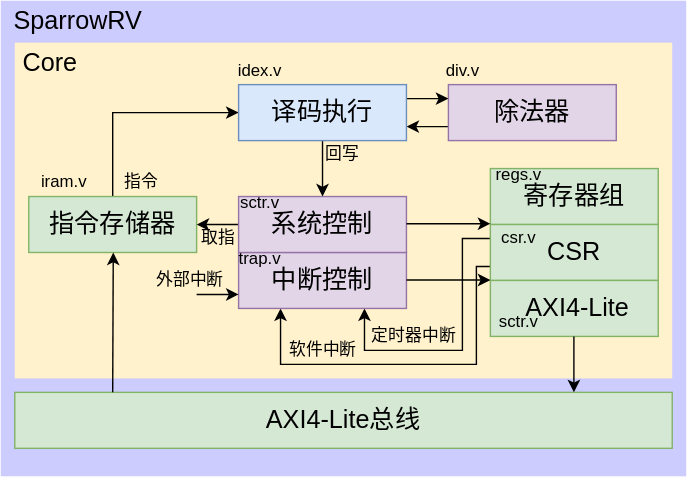
The draw.io diagram pic/img/soc架构.svg in xiaowuzxc/SparrowRV, before a commit. Source tidied: cells renumbered, new cells last; positions are measured from the earlier drawing's top-left corner, leaving out a move shared by most shapes. Its diagram source:
```xml
<mxGraphModel>
  <root>
    <mxCell id="0" />
    <mxCell id="1" parent="0" />
    <mxCell id="2" style="rounded=0;whiteSpace=wrap;html=1;fontSize=12;fillColor=#CCCCFF;strokeColor=none;" parent="1" vertex="1">
      <mxGeometry width="490" height="340" as="geometry" />
    </mxCell>
    <mxCell id="3" style="rounded=0;whiteSpace=wrap;html=1;fontSize=18;fillColor=#FFF2CC;strokeColor=none;" parent="1" vertex="1">
      <mxGeometry x="10" y="30" width="470" height="240" as="geometry" />
    </mxCell>
    <mxCell id="4" value="SparrowRV" style="text;html=1;align=center;verticalAlign=middle;strokeColor=none;fillColor=none;fontSize=18;" parent="1" vertex="1">
      <mxGeometry width="110" height="30" as="geometry" />
    </mxCell>
    <mxCell id="5" value="寄存器组" style="whiteSpace=wrap;html=1;fontSize=18;fillColor=#d5e8d4;strokeColor=#82b366;" parent="1" vertex="1">
      <mxGeometry x="350" y="120" width="120" height="40" as="geometry" />
    </mxCell>
    <mxCell id="6" style="edgeStyle=orthogonalEdgeStyle;rounded=0;jettySize=auto;html=1;entryX=0.75;entryY=1;entryDx=0;entryDy=0;fontSize=18;exitX=0;exitY=0.25;exitDx=0;exitDy=0;" parent="1" edge="1" source="8" target="11">
      <mxGeometry relative="1" as="geometry">
        <Array as="points">
          <mxPoint x="330" y="170" />
          <mxPoint x="330" y="250" />
          <mxPoint x="260" y="250" />
        </Array>
      </mxGeometry>
    </mxCell>
    <mxCell id="7" style="edgeStyle=orthogonalEdgeStyle;rounded=0;jettySize=auto;html=1;exitX=0;exitY=0.75;exitDx=0;exitDy=0;entryX=0.25;entryY=1;entryDx=0;entryDy=0;fontSize=18;" parent="1" edge="1" source="8" target="11">
      <mxGeometry relative="1" as="geometry">
        <Array as="points">
          <mxPoint x="340" y="190" />
          <mxPoint x="340" y="260" />
          <mxPoint x="200" y="260" />
        </Array>
      </mxGeometry>
    </mxCell>
    <mxCell id="8" value="CSR" style="whiteSpace=wrap;html=1;fontSize=18;fillColor=#d5e8d4;strokeColor=#82b366;" parent="1" vertex="1">
      <mxGeometry x="350" y="160" width="120" height="40" as="geometry" />
    </mxCell>
    <mxCell id="9" style="edgeStyle=orthogonalEdgeStyle;rounded=0;jettySize=auto;html=1;exitX=0.5;exitY=0;exitDx=0;exitDy=0;entryX=0;entryY=0.5;entryDx=0;entryDy=0;fontSize=18;" parent="1" edge="1" source="10" target="18">
      <mxGeometry relative="1" as="geometry" />
    </mxCell>
    <mxCell id="10" value="指令存储器" style="whiteSpace=wrap;html=1;fontSize=18;fillColor=#d5e8d4;strokeColor=#82b366;" parent="1" vertex="1">
      <mxGeometry x="20" y="140" width="120" height="40" as="geometry" />
    </mxCell>
    <mxCell id="11" value="中断控制" style="whiteSpace=wrap;html=1;fontSize=18;fillColor=#e1d5e7;strokeColor=#9673a6;" parent="1" vertex="1">
      <mxGeometry x="170" y="180" width="120" height="40" as="geometry" />
    </mxCell>
    <mxCell id="12" style="edgeStyle=orthogonalEdgeStyle;rounded=0;jettySize=auto;html=1;exitX=0;exitY=0.5;exitDx=0;exitDy=0;entryX=1;entryY=0.5;entryDx=0;entryDy=0;fontSize=18;" parent="1" edge="1" source="13" target="10">
      <mxGeometry relative="1" as="geometry" />
    </mxCell>
    <mxCell id="13" value="系统控制" style="whiteSpace=wrap;html=1;fontSize=18;fillColor=#e1d5e7;strokeColor=#9673a6;" parent="1" vertex="1">
      <mxGeometry x="170" y="140" width="120" height="40" as="geometry" />
    </mxCell>
    <mxCell id="14" style="edgeStyle=orthogonalEdgeStyle;rounded=0;jettySize=auto;html=1;exitX=0;exitY=0.75;exitDx=0;exitDy=0;entryX=1;entryY=0.75;entryDx=0;entryDy=0;fontSize=18;" parent="1" edge="1" source="15" target="18">
      <mxGeometry relative="1" as="geometry" />
    </mxCell>
    <mxCell id="15" value="除法器" style="whiteSpace=wrap;html=1;fontSize=18;fillColor=#e1d5e7;strokeColor=#9673a6;" parent="1" vertex="1">
      <mxGeometry x="320" y="60" width="120" height="40" as="geometry" />
    </mxCell>
    <mxCell id="16" style="edgeStyle=orthogonalEdgeStyle;rounded=0;jettySize=auto;html=1;exitX=1;exitY=0.25;exitDx=0;exitDy=0;entryX=0;entryY=0.25;entryDx=0;entryDy=0;fontSize=18;" parent="1" edge="1" source="18" target="15">
      <mxGeometry relative="1" as="geometry" />
    </mxCell>
    <mxCell id="17" style="edgeStyle=orthogonalEdgeStyle;rounded=0;jettySize=auto;html=1;exitX=0.5;exitY=1;exitDx=0;exitDy=0;entryX=0.5;entryY=0;entryDx=0;entryDy=0;fontSize=18;" parent="1" edge="1" source="18" target="13">
      <mxGeometry relative="1" as="geometry" />
    </mxCell>
    <mxCell id="18" value="译码执行" style="whiteSpace=wrap;html=1;fontSize=18;fillColor=#dae8fc;strokeColor=#6c8ebf;" parent="1" vertex="1">
      <mxGeometry x="170" y="60" width="120" height="40" as="geometry" />
    </mxCell>
    <mxCell id="19" value="&amp;nbsp;AXI4-Lite" style="whiteSpace=wrap;html=1;fontSize=18;fillColor=#d5e8d4;strokeColor=#82b366;" parent="1" vertex="1">
      <mxGeometry x="350" y="200" width="120" height="40" as="geometry" />
    </mxCell>
    <mxCell id="20" style="edgeStyle=orthogonalEdgeStyle;rounded=0;orthogonalLoop=1;jettySize=auto;html=1;fontSize=18;" parent="1" edge="1">
      <mxGeometry relative="1" as="geometry">
        <mxPoint x="290" y="159.4" as="sourcePoint" />
        <mxPoint x="350" y="159.4" as="targetPoint" />
      </mxGeometry>
    </mxCell>
    <mxCell id="21" value="Core" style="text;html=1;align=center;verticalAlign=middle;strokeColor=none;fillColor=none;fontSize=18;" parent="1" vertex="1">
      <mxGeometry x="10" y="30" width="50" height="30" as="geometry" />
    </mxCell>
    <mxCell id="22" value="AXI4-Lite总线" style="whiteSpace=wrap;html=1;fontSize=18;fillColor=#d5e8d4;strokeColor=#82b366;" parent="1" vertex="1">
      <mxGeometry x="10" y="280" width="470" height="40" as="geometry" />
    </mxCell>
    <mxCell id="23" style="endArrow=classic;html=1;rounded=0;fontSize=18;" parent="1" edge="1">
      <mxGeometry relative="1" as="geometry">
        <mxPoint x="80" y="280" as="sourcePoint" />
        <mxPoint x="80.4" y="180" as="targetPoint" />
      </mxGeometry>
    </mxCell>
    <mxCell id="24" style="endArrow=classic;html=1;rounded=0;fontSize=18;" parent="1" edge="1">
      <mxGeometry relative="1" as="geometry">
        <mxPoint x="140" y="210" as="sourcePoint" />
        <mxPoint x="170" y="210" as="targetPoint" />
      </mxGeometry>
    </mxCell>
    <mxCell id="25" value="外部中断" style="text;html=1;align=center;verticalAlign=middle;strokeColor=none;fillColor=none;fontSize=12;" parent="1" vertex="1">
      <mxGeometry x="105" y="190" width="60" height="20" as="geometry" />
    </mxCell>
    <mxCell id="26" value="定时器中断" style="text;html=1;align=center;verticalAlign=middle;strokeColor=none;fillColor=none;fontSize=12;" parent="1" vertex="1">
      <mxGeometry x="255" y="230" width="80" height="20" as="geometry" />
    </mxCell>
    <mxCell id="27" value="软件中断" style="text;html=1;align=center;verticalAlign=middle;strokeColor=none;fillColor=none;fontSize=12;" parent="1" vertex="1">
      <mxGeometry x="200" y="240" width="60" height="20" as="geometry" />
    </mxCell>
    <mxCell id="28" value="回写" style="text;html=1;align=center;verticalAlign=middle;strokeColor=none;fillColor=none;fontSize=12;" parent="1" vertex="1">
      <mxGeometry x="224" y="100" width="40" height="20" as="geometry" />
    </mxCell>
    <mxCell id="29" value="取指" style="text;html=1;align=center;verticalAlign=middle;strokeColor=none;fillColor=none;fontSize=12;" parent="1" vertex="1">
      <mxGeometry x="135" y="160" width="40" height="20" as="geometry" />
    </mxCell>
    <mxCell id="30" value="指令" style="text;html=1;align=center;verticalAlign=middle;strokeColor=none;fillColor=none;fontSize=12;" parent="1" vertex="1">
      <mxGeometry x="80" y="120" width="40" height="20" as="geometry" />
    </mxCell>
    <mxCell id="31" value="idex.v" style="text;html=1;align=center;verticalAlign=middle;strokeColor=none;fillColor=none;fontSize=12;" parent="1" vertex="1">
      <mxGeometry x="160" y="40" width="50" height="20" as="geometry" />
    </mxCell>
    <mxCell id="32" value="iram.v" style="text;html=1;align=center;verticalAlign=middle;strokeColor=none;fillColor=none;fontSize=12;" parent="1" vertex="1">
      <mxGeometry x="20" y="120" width="50" height="20" as="geometry" />
    </mxCell>
    <mxCell id="33" value="regs.v" style="text;html=1;align=center;verticalAlign=middle;strokeColor=none;fillColor=none;fontSize=12;" parent="1" vertex="1">
      <mxGeometry x="345" y="115" width="50" height="20" as="geometry" />
    </mxCell>
    <mxCell id="34" value="csr.v" style="text;html=1;align=center;verticalAlign=middle;strokeColor=none;fillColor=none;fontSize=12;" parent="1" vertex="1">
      <mxGeometry x="350" y="160" width="40" height="20" as="geometry" />
    </mxCell>
    <mxCell id="35" value="div.v" style="text;html=1;align=center;verticalAlign=middle;strokeColor=none;fillColor=none;fontSize=12;" parent="1" vertex="1">
      <mxGeometry x="310" y="40" width="40" height="20" as="geometry" />
    </mxCell>
    <mxCell id="36" value="trap.v" style="text;html=1;align=center;verticalAlign=middle;strokeColor=none;fillColor=none;fontSize=12;" parent="1" vertex="1">
      <mxGeometry x="160" y="175" width="50" height="20" as="geometry" />
    </mxCell>
    <mxCell id="37" value="sctr.v" style="text;html=1;align=center;verticalAlign=middle;strokeColor=none;fillColor=none;fontSize=12;" parent="1" vertex="1">
      <mxGeometry x="165" y="135" width="40" height="20" as="geometry" />
    </mxCell>
    <mxCell id="38" value="sctr.v" style="text;html=1;align=center;verticalAlign=middle;strokeColor=none;fillColor=none;fontSize=12;" parent="1" vertex="1">
      <mxGeometry x="350" y="220" width="40" height="20" as="geometry" />
    </mxCell>
    <mxCell id="39" style="endArrow=classic;html=1;rounded=0;fontSize=12;" parent="1" edge="1">
      <mxGeometry relative="1" as="geometry">
        <mxPoint x="409.7" y="240" as="sourcePoint" />
        <mxPoint x="409.7" y="280" as="targetPoint" />
      </mxGeometry>
    </mxCell>
    <mxCell id="40" style="edgeStyle=orthogonalEdgeStyle;rounded=0;orthogonalLoop=1;jettySize=auto;html=1;fontSize=18;" parent="1" edge="1">
      <mxGeometry relative="1" as="geometry">
        <mxPoint x="290" y="199.7" as="sourcePoint" />
        <mxPoint x="350" y="199.7" as="targetPoint" />
      </mxGeometry>
    </mxCell>
  </root>
</mxGraphModel>
```
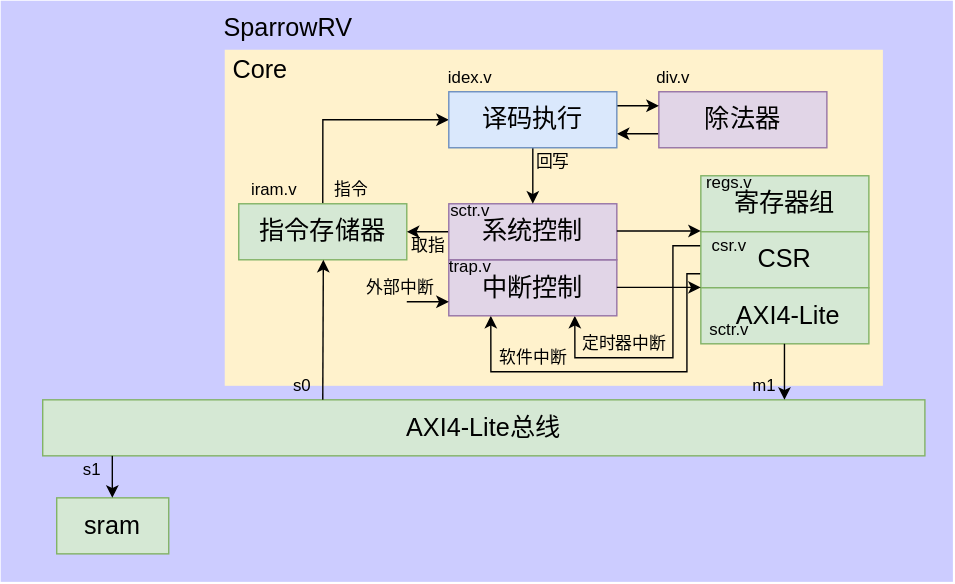
Above is the later version.

Diff of the diagram source:
```diff
@@ -3,7 +3,7 @@
     <mxCell id="0" />
     <mxCell id="1" parent="0" />
     <mxCell id="2" style="rounded=0;whiteSpace=wrap;html=1;fontSize=12;fillColor=#CCCCFF;strokeColor=none;" parent="1" vertex="1">
-      <mxGeometry width="490" height="340" as="geometry" />
+      <mxGeometry x="-150" y="-5" width="680" height="415" as="geometry" />
     </mxCell>
     <mxCell id="3" style="rounded=0;whiteSpace=wrap;html=1;fontSize=18;fillColor=#FFF2CC;strokeColor=none;" parent="1" vertex="1">
       <mxGeometry x="10" y="30" width="470" height="240" as="geometry" />
@@ -78,7 +78,7 @@
       <mxGeometry x="10" y="30" width="50" height="30" as="geometry" />
     </mxCell>
     <mxCell id="22" value="AXI4-Lite总线" style="whiteSpace=wrap;html=1;fontSize=18;fillColor=#d5e8d4;strokeColor=#82b366;" parent="1" vertex="1">
-      <mxGeometry x="10" y="280" width="470" height="40" as="geometry" />
+      <mxGeometry x="-120" y="280" width="630" height="40" as="geometry" />
     </mxCell>
     <mxCell id="23" style="endArrow=classic;html=1;rounded=0;fontSize=18;" parent="1" edge="1">
       <mxGeometry relative="1" as="geometry">
@@ -146,5 +146,23 @@
         <mxPoint x="350" y="199.7" as="targetPoint" />
       </mxGeometry>
     </mxCell>
+    <mxCell id="41" value="s0" style="text;html=1;align=center;verticalAlign=middle;strokeColor=none;fillColor=none;" parent="1" vertex="1">
+      <mxGeometry x="50" y="260" width="30" height="20" as="geometry" />
+    </mxCell>
+    <mxCell id="42" value="sram" style="rounded=0;whiteSpace=wrap;html=1;fillColor=#d5e8d4;strokeColor=#82b366;fontSize=18;" parent="1" vertex="1">
+      <mxGeometry x="-110" y="350" width="80" height="40" as="geometry" />
+    </mxCell>
+    <mxCell id="43" value="m1" style="text;html=1;align=center;verticalAlign=middle;strokeColor=none;fillColor=none;" parent="1" vertex="1">
+      <mxGeometry x="380" y="260" width="30" height="20" as="geometry" />
+    </mxCell>
+    <mxCell id="44" style="endArrow=classic;html=1;rounded=0;fontSize=18;" parent="1" edge="1">
+      <mxGeometry relative="1" as="geometry">
+        <mxPoint x="-70.3" y="320" as="sourcePoint" />
+        <mxPoint x="-70.3" y="350" as="targetPoint" />
+      </mxGeometry>
+    </mxCell>
+    <mxCell id="45" value="s1" style="text;html=1;align=center;verticalAlign=middle;strokeColor=none;fillColor=none;" parent="1" vertex="1">
+      <mxGeometry x="-100" y="320" width="30" height="20" as="geometry" />
+    </mxCell>
   </root>
 </mxGraphModel>
```
